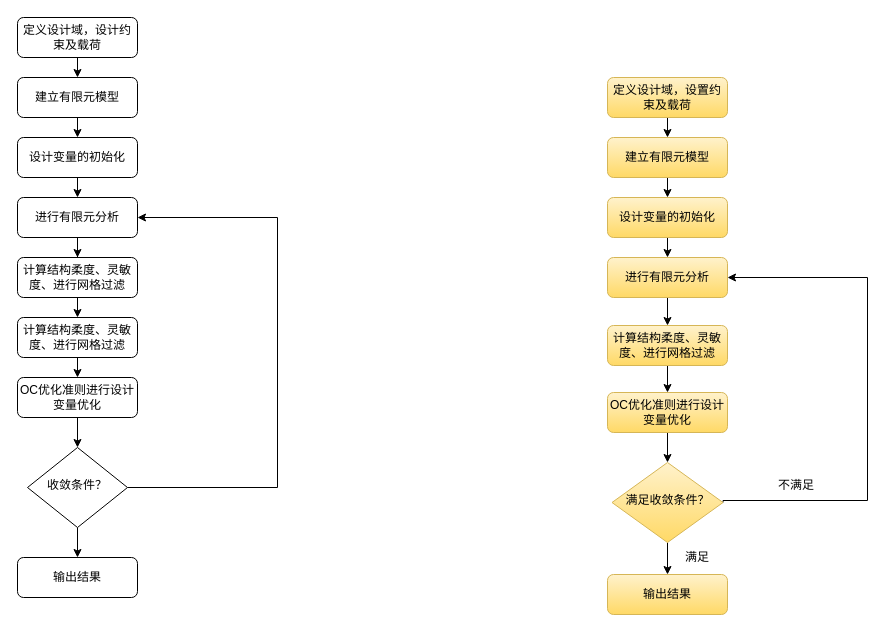
Earlier version of the draw.io diagram 未命名绘图.drawio (1078089635/BESO). Source tidied: cells renumbered, new cells numbered last; positions are measured from the earlier drawing's top-left corner, leaving out a move shared by most shapes. Both pictures are drawn from the tidied source at 100%, with x=0, y=0 at pixel (17, 17).
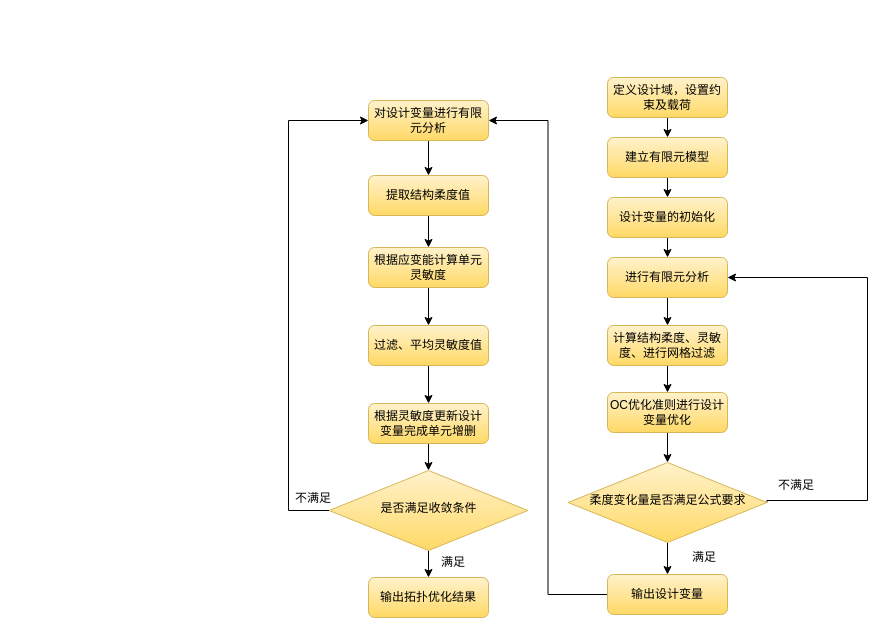
Above is the later version.

Commit message:
更新未命名绘图.drawio

The change refers to these unchanged cells:
```xml
<mxCell id="31" value="进行有限元分析" style="rounded=1;whiteSpace=wrap;html=1;fontSize=12;glass=0;strokeWidth=1;shadow=0;fillColor=#fff2cc;gradientColor=#ffd966;strokeColor=#d6b656;" parent="1" vertex="1">
  <mxGeometry x="590" y="240" width="120" height="40" as="geometry" />
</mxCell>
<mxCell id="33" value="计算结构柔度、灵敏度、进行网格过滤" style="rounded=1;whiteSpace=wrap;html=1;fontSize=12;glass=0;strokeWidth=1;shadow=0;fillColor=#fff2cc;gradientColor=#ffd966;strokeColor=#d6b656;" parent="1" vertex="1">
  <mxGeometry x="590" y="308" width="120" height="40" as="geometry" />
</mxCell>
<mxCell id="35" value="OC优化准则进行设计变量优化" style="rounded=1;whiteSpace=wrap;html=1;fontSize=12;glass=0;strokeWidth=1;shadow=0;fillColor=#fff2cc;gradientColor=#ffd966;strokeColor=#d6b656;" parent="1" vertex="1">
  <mxGeometry x="590" y="375" width="120" height="40" as="geometry" />
</mxCell>
```

Change to the diagram source:
```diff
@@
-    <mxCell id="2" style="edgeStyle=orthogonalEdgeStyle;rounded=0;jettySize=auto;html=1;exitX=0.5;exitY=1;exitDx=0;exitDy=0;entryX=0.5;entryY=0;entryDx=0;entryDy=0;" parent="1" edge="1" source="3" target="9">
-      <mxGeometry relative="1" as="geometry" />
-    </mxCell>
-    <mxCell id="3" value="定义设计域，设计约束及载荷" style="rounded=1;whiteSpace=wrap;html=1;fontSize=12;glass=0;strokeWidth=1;shadow=0;" parent="1" vertex="1">
-      <mxGeometry width="120" height="40" as="geometry" />
-    </mxCell>
-    <mxCell id="4" style="edgeStyle=orthogonalEdgeStyle;rounded=0;jettySize=auto;html=1;entryX=1;entryY=0.5;entryDx=0;entryDy=0;" parent="1" edge="1" source="6" target="13">
-      <mxGeometry relative="1" as="geometry">
-        <Array as="points">
-          <mxPoint x="260" y="470" />
-          <mxPoint x="260" y="200" />
-        </Array>
-      </mxGeometry>
-    </mxCell>
-    <mxCell id="5" style="edgeStyle=orthogonalEdgeStyle;rounded=0;jettySize=auto;html=1;exitX=0.5;exitY=1;exitDx=0;exitDy=0;entryX=0.5;entryY=0;entryDx=0;entryDy=0;" parent="1" edge="1" source="6" target="7">
-      <mxGeometry relative="1" as="geometry" />
-    </mxCell>
-    <mxCell id="6" value="收敛条件？" style="rhombus;whiteSpace=wrap;html=1;shadow=0;fontFamily=Helvetica;fontSize=12;align=center;strokeWidth=1;spacing=6;spacingTop=-4;" parent="1" vertex="1">
-      <mxGeometry x="10" y="430" width="100" height="80" as="geometry" />
-    </mxCell>
-    <mxCell id="7" value="输出结果" style="rounded=1;whiteSpace=wrap;html=1;fontSize=12;glass=0;strokeWidth=1;shadow=0;" parent="1" vertex="1">
-      <mxGeometry y="540" width="120" height="40" as="geometry" />
-    </mxCell>
-    <mxCell id="8" style="edgeStyle=orthogonalEdgeStyle;rounded=0;jettySize=auto;html=1;exitX=0.5;exitY=1;exitDx=0;exitDy=0;entryX=0.5;entryY=0;entryDx=0;entryDy=0;" parent="1" edge="1" source="9" target="11">
-      <mxGeometry relative="1" as="geometry" />
-    </mxCell>
-    <mxCell id="9" value="建立有限元模型" style="rounded=1;whiteSpace=wrap;html=1;fontSize=12;glass=0;strokeWidth=1;shadow=0;" parent="1" vertex="1">
-      <mxGeometry y="60" width="120" height="40" as="geometry" />
-    </mxCell>
-    <mxCell id="10" style="edgeStyle=orthogonalEdgeStyle;rounded=0;jettySize=auto;html=1;exitX=0.5;exitY=1;exitDx=0;exitDy=0;entryX=0.5;entryY=0;entryDx=0;entryDy=0;" parent="1" edge="1" source="11" target="13">
-      <mxGeometry relative="1" as="geometry" />
-    </mxCell>
-    <mxCell id="11" value="设计变量的初始化" style="rounded=1;whiteSpace=wrap;html=1;fontSize=12;glass=0;strokeWidth=1;shadow=0;" parent="1" vertex="1">
-      <mxGeometry y="120" width="120" height="40" as="geometry" />
-    </mxCell>
-    <mxCell id="12" style="edgeStyle=orthogonalEdgeStyle;rounded=0;jettySize=auto;html=1;exitX=0.5;exitY=1;exitDx=0;exitDy=0;" parent="1" edge="1" source="13" target="15">
-      <mxGeometry relative="1" as="geometry" />
-    </mxCell>
-    <mxCell id="13" value="进行有限元分析" style="rounded=1;whiteSpace=wrap;html=1;fontSize=12;glass=0;strokeWidth=1;shadow=0;" parent="1" vertex="1">
-      <mxGeometry y="180" width="120" height="40" as="geometry" />
-    </mxCell>
-    <mxCell id="14" style="edgeStyle=orthogonalEdgeStyle;rounded=0;jettySize=auto;html=1;exitX=0.5;exitY=1;exitDx=0;exitDy=0;entryX=0.5;entryY=0;entryDx=0;entryDy=0;" parent="1" edge="1" source="15" target="17">
-      <mxGeometry relative="1" as="geometry" />
-    </mxCell>
-    <mxCell id="15" value="计算结构柔度、灵敏度、进行网格过滤" style="rounded=1;whiteSpace=wrap;html=1;fontSize=12;glass=0;strokeWidth=1;shadow=0;" parent="1" vertex="1">
-      <mxGeometry y="240" width="120" height="40" as="geometry" />
-    </mxCell>
-    <mxCell id="16" style="edgeStyle=orthogonalEdgeStyle;rounded=0;jettySize=auto;html=1;exitX=0.5;exitY=1;exitDx=0;exitDy=0;entryX=0.5;entryY=0;entryDx=0;entryDy=0;" parent="1" edge="1" source="17" target="19">
-      <mxGeometry relative="1" as="geometry" />
-    </mxCell>
-    <mxCell id="17" value="计算结构柔度、灵敏度、进行网格过滤" style="rounded=1;whiteSpace=wrap;html=1;fontSize=12;glass=0;strokeWidth=1;shadow=0;" parent="1" vertex="1">
-      <mxGeometry y="300" width="120" height="40" as="geometry" />
-    </mxCell>
-    <mxCell id="18" style="edgeStyle=orthogonalEdgeStyle;rounded=0;jettySize=auto;html=1;exitX=0.5;exitY=1;exitDx=0;exitDy=0;entryX=0.5;entryY=0;entryDx=0;entryDy=0;" parent="1" edge="1" source="19" target="6">
-      <mxGeometry relative="1" as="geometry" />
-    </mxCell>
-    <mxCell id="19" value="OC优化准则进行设计变量优化" style="rounded=1;whiteSpace=wrap;html=1;fontSize=12;glass=0;strokeWidth=1;shadow=0;" parent="1" vertex="1">
-      <mxGeometry y="360" width="120" height="40" as="geometry" />
-    </mxCell>
@@
-    <mxCell id="22" style="edgeStyle=orthogonalEdgeStyle;rounded=0;jettySize=auto;html=1;entryX=1;entryY=0.5;entryDx=0;entryDy=0;exitX=1;exitY=0.5;exitDx=0;exitDy=0;" parent="1" edge="1" source="24" target="31">
-      <mxGeometry relative="1" as="geometry">
-        <Array as="points">
-          <mxPoint x="850" y="483" />
-          <mxPoint x="850" y="260" />
-        </Array>
-      </mxGeometry>
-    </mxCell>
-    <mxCell id="23" style="edgeStyle=orthogonalEdgeStyle;rounded=0;jettySize=auto;html=1;exitX=0.5;exitY=1;exitDx=0;exitDy=0;entryX=0.5;entryY=0;entryDx=0;entryDy=0;" parent="1" edge="1" source="24" target="25">
-      <mxGeometry relative="1" as="geometry" />
-    </mxCell>
-    <mxCell id="24" value="满足收敛条件？" style="rhombus;whiteSpace=wrap;html=1;shadow=0;fontFamily=Helvetica;fontSize=12;align=center;strokeWidth=1;spacing=6;spacingTop=-4;fillColor=#fff2cc;gradientColor=#ffd966;strokeColor=#d6b656;" parent="1" vertex="1">
-      <mxGeometry x="594.5" y="445" width="111" height="80" as="geometry" />
-    </mxCell>
-    <mxCell id="25" value="输出结果" style="rounded=1;whiteSpace=wrap;html=1;fontSize=12;glass=0;strokeWidth=1;shadow=0;fillColor=#fff2cc;gradientColor=#ffd966;strokeColor=#d6b656;" parent="1" vertex="1">
-      <mxGeometry x="590" y="557" width="120" height="40" as="geometry" />
-    </mxCell>
+    <mxCell id="38" style="edgeStyle=orthogonalEdgeStyle;rounded=0;jettySize=auto;html=1;entryX=1;entryY=0.5;entryDx=0;entryDy=0;exitX=1;exitY=0.5;exitDx=0;exitDy=0;" parent="1" edge="1" source="40" target="31">
+      <mxGeometry relative="1" as="geometry">
+        <Array as="points">
+          <mxPoint x="850" y="483" />
+          <mxPoint x="850" y="260" />
+        </Array>
+      </mxGeometry>
+    </mxCell>
+    <mxCell id="39" style="edgeStyle=orthogonalEdgeStyle;rounded=0;jettySize=auto;html=1;exitX=0.5;exitY=1;exitDx=0;exitDy=0;entryX=0.5;entryY=0;entryDx=0;entryDy=0;" parent="1" edge="1" source="40" target="42">
+      <mxGeometry relative="1" as="geometry" />
+    </mxCell>
+    <mxCell id="40" value="柔度变化量是否满足公式要求" style="rhombus;whiteSpace=wrap;html=1;shadow=0;fontFamily=Helvetica;fontSize=12;align=center;strokeWidth=1;spacing=6;spacingTop=-4;fillColor=#fff2cc;gradientColor=#ffd966;strokeColor=#d6b656;" parent="1" vertex="1">
+      <mxGeometry x="550.6" y="445" width="198.8" height="80" as="geometry" />
+    </mxCell>
+    <mxCell id="41" style="edgeStyle=orthogonalEdgeStyle;rounded=0;jettySize=auto;html=1;entryX=1;entryY=0.5;entryDx=0;entryDy=0;" parent="1" edge="1" source="42" target="48">
+      <mxGeometry relative="1" as="geometry" />
+    </mxCell>
+    <mxCell id="42" value="输出设计变量" style="rounded=1;whiteSpace=wrap;html=1;fontSize=12;glass=0;strokeWidth=1;shadow=0;fillColor=#fff2cc;gradientColor=#ffd966;strokeColor=#d6b656;" parent="1" vertex="1">
+      <mxGeometry x="590" y="557" width="120" height="40" as="geometry" />
+    </mxCell>
@@
-    <mxCell id="32" style="edgeStyle=orthogonalEdgeStyle;rounded=0;jettySize=auto;html=1;exitX=0.5;exitY=1;exitDx=0;exitDy=0;" parent="1" edge="1" source="33">
-      <mxGeometry relative="1" as="geometry">
-        <mxPoint x="650" y="375" as="targetPoint" />
-      </mxGeometry>
-    </mxCell>
+    <mxCell id="43" style="edgeStyle=orthogonalEdgeStyle;rounded=0;jettySize=auto;html=1;exitX=0.5;exitY=1;exitDx=0;exitDy=0;" parent="1" edge="1" source="33">
+      <mxGeometry relative="1" as="geometry">
+        <mxPoint x="650" y="375" as="targetPoint" />
+      </mxGeometry>
+    </mxCell>
@@
-    <mxCell id="34" style="edgeStyle=orthogonalEdgeStyle;rounded=0;jettySize=auto;html=1;exitX=0.5;exitY=1;exitDx=0;exitDy=0;entryX=0.5;entryY=0;entryDx=0;entryDy=0;" parent="1" edge="1" source="35" target="24">
-      <mxGeometry relative="1" as="geometry" />
-    </mxCell>
+    <mxCell id="44" style="edgeStyle=orthogonalEdgeStyle;rounded=0;jettySize=auto;html=1;exitX=0.5;exitY=1;exitDx=0;exitDy=0;entryX=0.5;entryY=0;entryDx=0;entryDy=0;" parent="1" edge="1" source="35" target="40">
+      <mxGeometry relative="1" as="geometry" />
+    </mxCell>
@@
-    <mxCell id="36" value="不满足" style="text;strokeColor=none;align=center;fillColor=none;html=1;verticalAlign=middle;whiteSpace=wrap;rounded=0;" parent="1" vertex="1">
-      <mxGeometry x="749" y="453" width="60" height="30" as="geometry" />
-    </mxCell>
-    <mxCell id="37" value="满足" style="text;strokeColor=none;align=center;fillColor=none;html=1;verticalAlign=middle;whiteSpace=wrap;rounded=0;" parent="1" vertex="1">
-      <mxGeometry x="650" y="525" width="60" height="30" as="geometry" />
-    </mxCell>
+    <mxCell id="45" value="不满足" style="text;strokeColor=none;align=center;fillColor=none;html=1;verticalAlign=middle;whiteSpace=wrap;rounded=0;" parent="1" vertex="1">
+      <mxGeometry x="749" y="453" width="60" height="30" as="geometry" />
+    </mxCell>
+    <mxCell id="46" value="满足" style="text;strokeColor=none;align=center;fillColor=none;html=1;verticalAlign=middle;whiteSpace=wrap;rounded=0;" parent="1" vertex="1">
+      <mxGeometry x="657" y="525" width="60" height="30" as="geometry" />
+    </mxCell>
+    <mxCell id="47" style="edgeStyle=orthogonalEdgeStyle;rounded=0;jettySize=auto;html=1;exitX=0.5;exitY=1;exitDx=0;exitDy=0;entryX=0.5;entryY=0;entryDx=0;entryDy=0;" parent="1" edge="1" source="48" target="50">
+      <mxGeometry relative="1" as="geometry" />
+    </mxCell>
+    <mxCell id="48" value="对设计变量进行有限元分析" style="rounded=1;whiteSpace=wrap;html=1;fontSize=12;glass=0;strokeWidth=1;shadow=0;fillColor=#fff2cc;gradientColor=#ffd966;strokeColor=#d6b656;" parent="1" vertex="1">
+      <mxGeometry x="351" y="83" width="120" height="40" as="geometry" />
+    </mxCell>
+    <mxCell id="49" style="edgeStyle=orthogonalEdgeStyle;rounded=0;jettySize=auto;html=1;" parent="1" edge="1" source="50" target="54">
+      <mxGeometry relative="1" as="geometry" />
+    </mxCell>
+    <mxCell id="50" value="提取结构柔度值" style="rounded=1;whiteSpace=wrap;html=1;fontSize=12;glass=0;strokeWidth=1;shadow=0;fillColor=#fff2cc;gradientColor=#ffd966;strokeColor=#d6b656;" parent="1" vertex="1">
+      <mxGeometry x="351" y="158" width="120" height="40" as="geometry" />
+    </mxCell>
+    <mxCell id="51" style="edgeStyle=orthogonalEdgeStyle;rounded=0;jettySize=auto;html=1;" parent="1" edge="1" source="52" target="59">
+      <mxGeometry relative="1" as="geometry" />
+    </mxCell>
+    <mxCell id="52" value="根据灵敏度更新设计变量完成单元增删" style="rounded=1;whiteSpace=wrap;html=1;fontSize=12;glass=0;strokeWidth=1;shadow=0;fillColor=#fff2cc;gradientColor=#ffd966;strokeColor=#d6b656;" parent="1" vertex="1">
+      <mxGeometry x="351" y="386" width="120" height="40" as="geometry" />
+    </mxCell>
+    <mxCell id="53" style="edgeStyle=orthogonalEdgeStyle;rounded=0;jettySize=auto;html=1;" parent="1" edge="1" source="54" target="56">
+      <mxGeometry relative="1" as="geometry" />
+    </mxCell>
+    <mxCell id="54" value="根据应变能计算单元灵敏度" style="rounded=1;whiteSpace=wrap;html=1;fontSize=12;glass=0;strokeWidth=1;shadow=0;fillColor=#fff2cc;gradientColor=#ffd966;strokeColor=#d6b656;" parent="1" vertex="1">
+      <mxGeometry x="351" y="230" width="120" height="40" as="geometry" />
+    </mxCell>
+    <mxCell id="55" style="edgeStyle=orthogonalEdgeStyle;rounded=0;jettySize=auto;html=1;" parent="1" edge="1" source="56" target="52">
+      <mxGeometry relative="1" as="geometry" />
+    </mxCell>
+    <mxCell id="56" value="过滤、平均灵敏度值" style="rounded=1;whiteSpace=wrap;html=1;fontSize=12;glass=0;strokeWidth=1;shadow=0;fillColor=#fff2cc;gradientColor=#ffd966;strokeColor=#d6b656;" parent="1" vertex="1">
+      <mxGeometry x="351" y="308" width="120" height="40" as="geometry" />
+    </mxCell>
+    <mxCell id="57" style="edgeStyle=orthogonalEdgeStyle;rounded=0;jettySize=auto;html=1;entryX=0;entryY=0.5;entryDx=0;entryDy=0;" parent="1" edge="1" source="59" target="48">
+      <mxGeometry relative="1" as="geometry">
+        <Array as="points">
+          <mxPoint x="271" y="493" />
+          <mxPoint x="271" y="103" />
+        </Array>
+      </mxGeometry>
+    </mxCell>
+    <mxCell id="58" style="edgeStyle=orthogonalEdgeStyle;rounded=0;jettySize=auto;html=1;" parent="1" edge="1" source="59" target="61">
+      <mxGeometry relative="1" as="geometry" />
+    </mxCell>
+    <mxCell id="59" value="是否满足收敛条件" style="rhombus;whiteSpace=wrap;html=1;shadow=0;fontFamily=Helvetica;fontSize=12;align=center;strokeWidth=1;spacing=6;spacingTop=-4;fillColor=#fff2cc;gradientColor=#ffd966;strokeColor=#d6b656;" parent="1" vertex="1">
+      <mxGeometry x="311.6" y="453" width="198.8" height="80" as="geometry" />
+    </mxCell>
+    <mxCell id="60" value="不满足" style="text;strokeColor=none;align=center;fillColor=none;html=1;verticalAlign=middle;whiteSpace=wrap;rounded=0;" parent="1" vertex="1">
+      <mxGeometry x="266" y="466" width="60" height="30" as="geometry" />
+    </mxCell>
+    <mxCell id="61" value="输出拓扑优化结果" style="rounded=1;whiteSpace=wrap;html=1;fontSize=12;glass=0;strokeWidth=1;shadow=0;fillColor=#fff2cc;gradientColor=#ffd966;strokeColor=#d6b656;" parent="1" vertex="1">
+      <mxGeometry x="351" y="560" width="120" height="40" as="geometry" />
+    </mxCell>
+    <mxCell id="62" value="满足" style="text;strokeColor=none;align=center;fillColor=none;html=1;verticalAlign=middle;whiteSpace=wrap;rounded=0;" parent="1" vertex="1">
+      <mxGeometry x="406" y="530" width="60" height="30" as="geometry" />
+    </mxCell>
```
